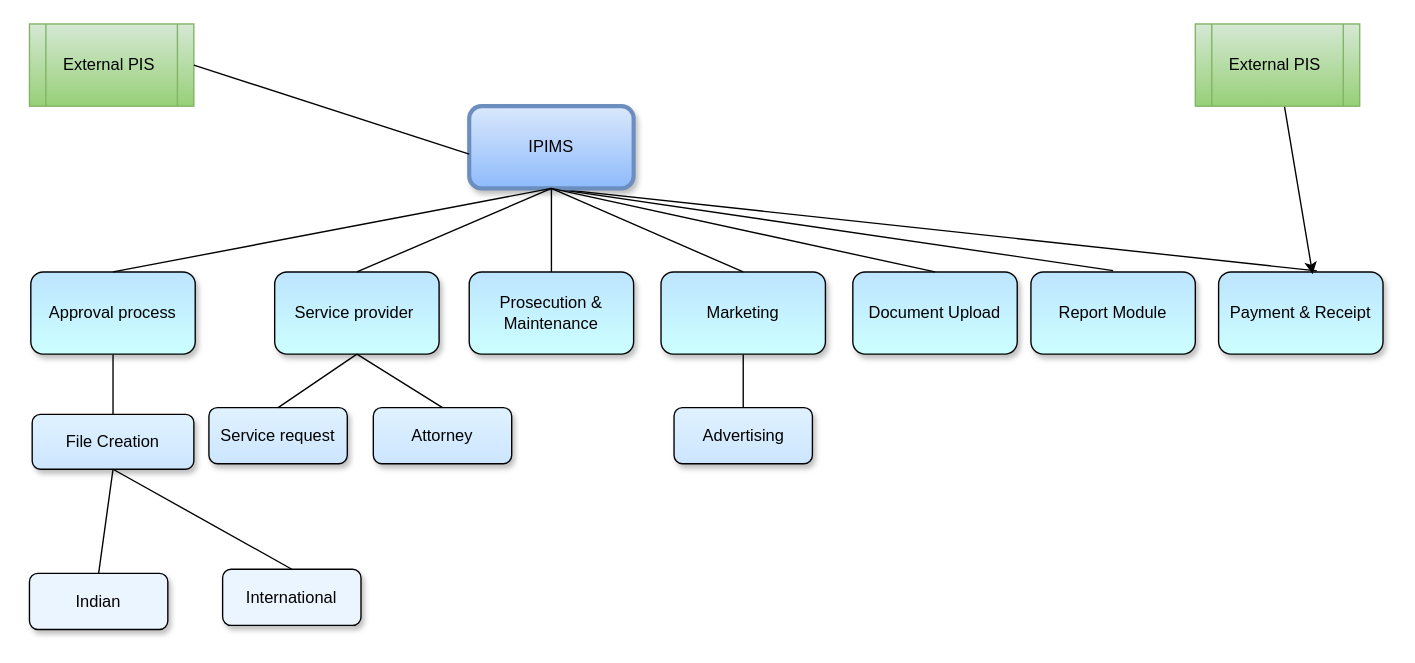
Above: modulerec.drawio in shpriya-bits/github-upload (draw.io), before the change. Source tidied: cells renumbered, new cells numbered last; positions are measured from the earlier drawing's top-left corner, leaving out a move shared by most shapes. Both pictures are drawn from the tidied source at 137%, with x=0, y=0 at pixel (29, 23).
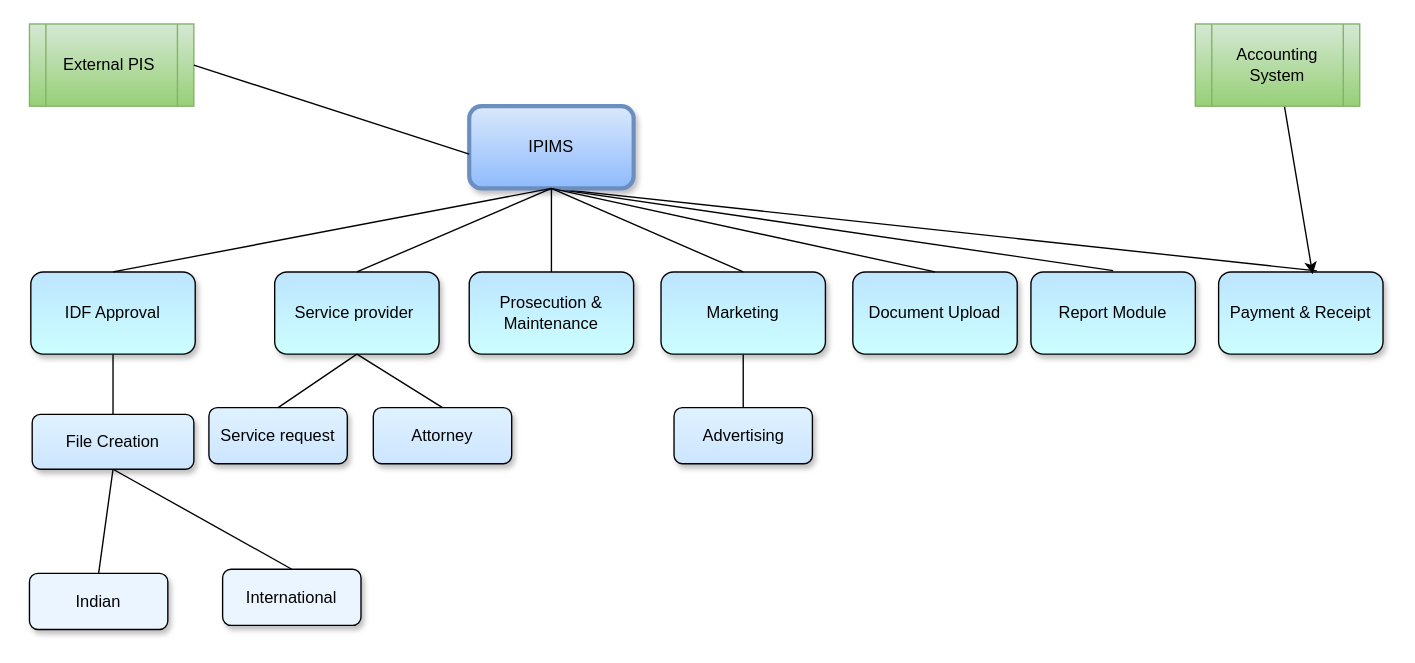
The same diagram, later.

The edit, as a diff of the source:
```diff
@@
-    <mxCell id="6" value="Approval process" style="rounded=1;whiteSpace=wrap;html=1;fillColor=#BDE4FF;gradientColor=#CCFFFF;shadow=1;" parent="1" vertex="1">
+    <mxCell id="6" value="IDF Approval" style="rounded=1;whiteSpace=wrap;html=1;fillColor=#BDE4FF;gradientColor=#CCFFFF;shadow=1;" parent="1" vertex="1">
       <mxGeometry x="1" y="181" width="120" height="60" as="geometry" />
     </mxCell>
@@
-    <mxCell id="31" value="External PIS&amp;nbsp;" style="shape=process;whiteSpace=wrap;html=1;backgroundOutline=1;fillColor=#d5e8d4;gradientColor=#97d077;strokeColor=#82b366;" parent="1" vertex="1">
+    <mxCell id="31" value="Accounting System" style="shape=process;whiteSpace=wrap;html=1;backgroundOutline=1;fillColor=#d5e8d4;gradientColor=#97d077;strokeColor=#82b366;" parent="1" vertex="1">
       <mxGeometry x="851" width="120" height="60" as="geometry" />
     </mxCell>
```
